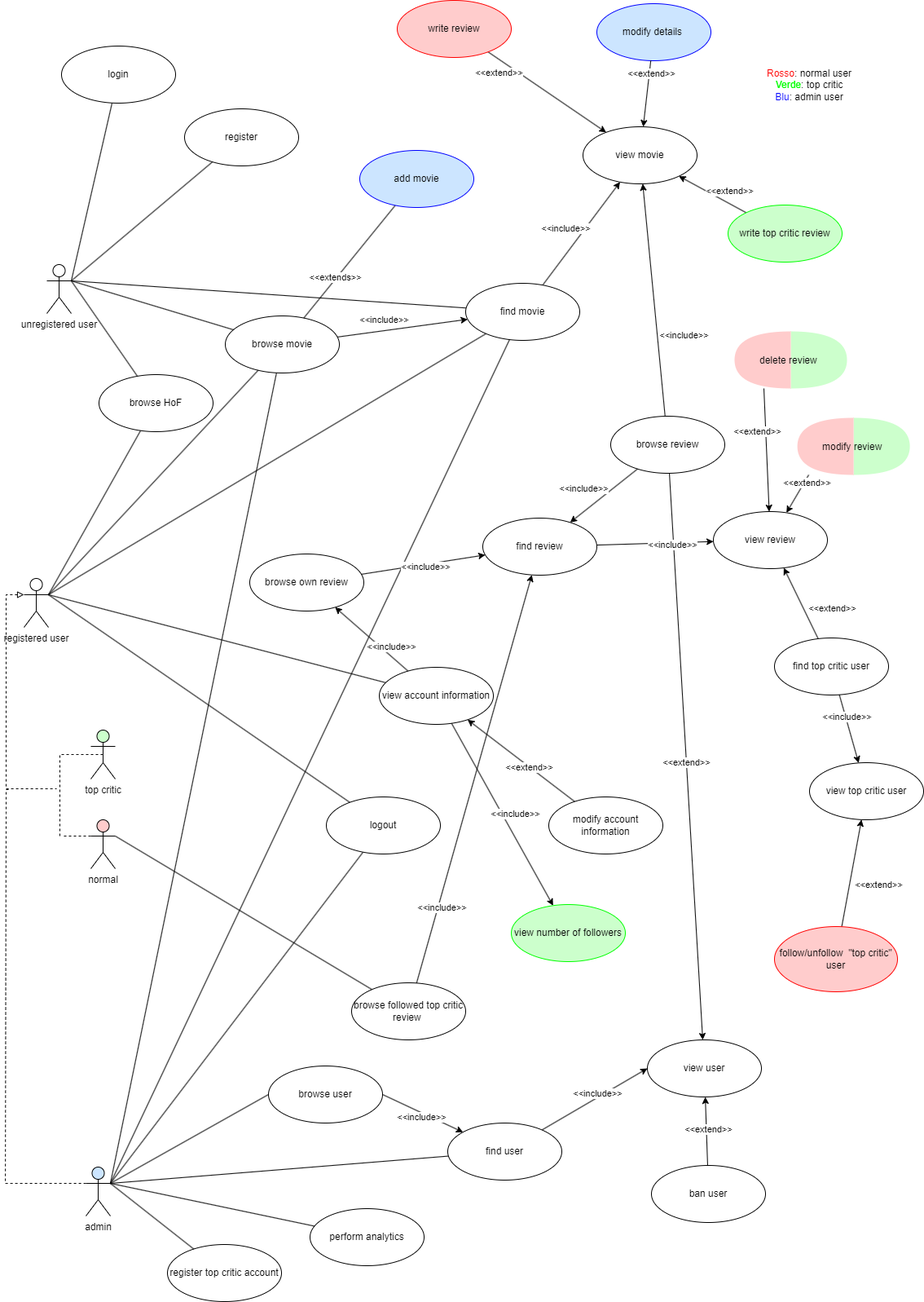
This is images/PNG/LatexUseCases.png from glmquint/RottenMovies, a draw.io export, as it was before one commit. Source tidied: cells renumbered, new cells last; positions are measured from the earlier drawing's top-left corner, leaving out a move shared by most shapes.
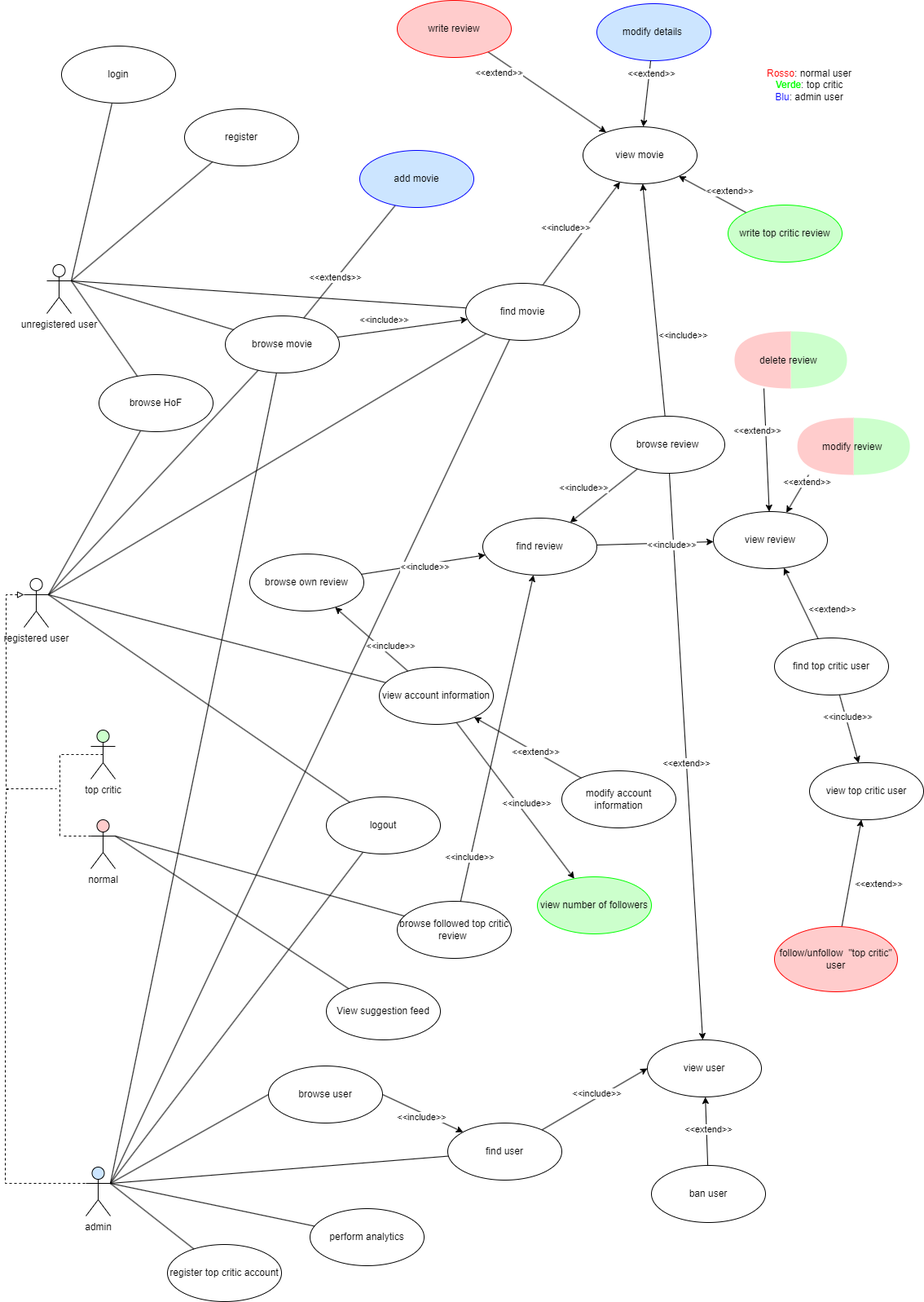
After the commit.

Change to the diagram source:
```diff
@@ -93,6 +93,9 @@
         <mxPoint x="69" y="1025" as="targetPoint" />
       </mxGeometry>
     </mxCell>
+    <mxCell id="114" style="rounded=0;jettySize=auto;html=1;endArrow=none;endFill=0;exitX=1;exitY=0.3333333333333333;exitDx=0;exitDy=0;exitPerimeter=0;" parent="1" edge="1" source="29" target="115">
+      <mxGeometry relative="1" as="geometry" />
+    </mxCell>
     <mxCell id="29" value="normal" style="shape=umlActor;verticalLabelPosition=bottom;labelBackgroundColor=#ffffff;verticalAlign=top;html=1;outlineConnect=0;fillColor=#FFCCCC;" parent="1" vertex="1">
       <mxGeometry x="105" y="1005" width="30" height="60" as="geometry" />
     </mxCell>
@@ -150,7 +153,7 @@
       <mxGeometry x="459" y="818" width="140" height="70" as="geometry" />
     </mxCell>
     <mxCell id="44" value="modify account information" style="ellipse;whiteSpace=wrap;html=1;strokeColor=#000000;" parent="1" vertex="1">
-      <mxGeometry x="667" y="977" width="140" height="70" as="geometry" />
+      <mxGeometry x="683" y="945" width="140" height="70" as="geometry" />
     </mxCell>
     <mxCell id="45" style="edgeStyle=none;rounded=0;jettySize=auto;html=1;endArrow=none;endFill=0;startArrow=classic;startFill=1;" parent="1" edge="1" source="43" target="44">
       <mxGeometry relative="1" as="geometry" />
@@ -164,7 +167,7 @@
       <mxGeometry x="944" y="1136" width="151" height="80" as="geometry" />
     </mxCell>
     <mxCell id="48" value="browse followed top critic review&amp;nbsp;" style="ellipse;whiteSpace=wrap;html=1;strokeColor=#000000;fillColor=none;" parent="1" vertex="1">
-      <mxGeometry x="425" y="1205" width="140" height="70" as="geometry" />
+      <mxGeometry x="481" y="1105" width="140" height="70" as="geometry" />
     </mxCell>
     <mxCell id="49" style="edgeStyle=none;rounded=0;jettySize=auto;html=1;exitX=1;exitY=0.5;exitDx=0;exitDy=0;startArrow=none;startFill=0;endArrow=classic;endFill=1;" parent="1" edge="1" source="51" target="54">
       <mxGeometry relative="1" as="geometry" />
@@ -270,7 +273,7 @@
       <mxGeometry x="586" y="635" width="140" height="70" as="geometry" />
     </mxCell>
     <mxCell id="78" value="view number of followers" style="ellipse;whiteSpace=wrap;html=1;strokeColor=#00FF00;fillColor=#CCFFCC;" parent="1" vertex="1">
-      <mxGeometry x="621" y="1109" width="140" height="70" as="geometry" />
+      <mxGeometry x="653" y="1075" width="140" height="70" as="geometry" />
     </mxCell>
     <mxCell id="79" style="edgeStyle=none;rounded=0;jettySize=auto;html=1;startArrow=none;startFill=0;endArrow=none;endFill=0;exitX=1;exitY=0.3333333333333333;exitDx=0;exitDy=0;exitPerimeter=0;" parent="1" edge="1" source="35" target="11">
       <mxGeometry relative="1" as="geometry" />
@@ -401,5 +404,8 @@
     <mxCell id="113" style="edgeStyle=none;rounded=0;jettySize=auto;html=1;startArrow=none;startFill=0;endArrow=none;endFill=0;entryX=1;entryY=0.3333333333333333;entryDx=0;entryDy=0;entryPerimeter=0;" parent="1" edge="1" source="111" target="27">
       <mxGeometry relative="1" as="geometry" />
     </mxCell>
+    <mxCell id="115" value="View suggestion feed" style="ellipse;whiteSpace=wrap;html=1;strokeColor=#000000;fillColor=none;" parent="1" vertex="1">
+      <mxGeometry x="394" y="1205" width="140" height="70" as="geometry" />
+    </mxCell>
   </root>
 </mxGraphModel>
```
